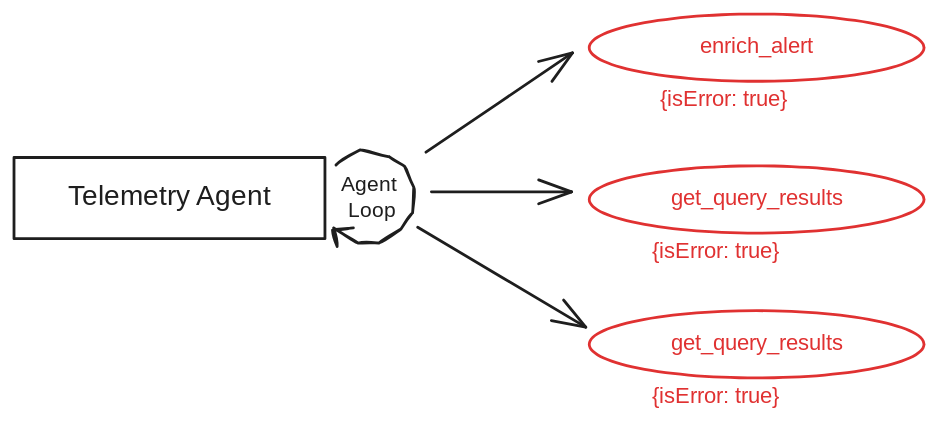
The Excalidraw diagram src/assets/figures/700-agent/770-before-enrich-alert-tool.excalidraw.svg in oiva-app/oiva-app.github.io, before a commit. Source tidied: one line per element, renumbered; positions are measured from the earlier drawing's top-left corner, leaving out a move shared by most shapes.
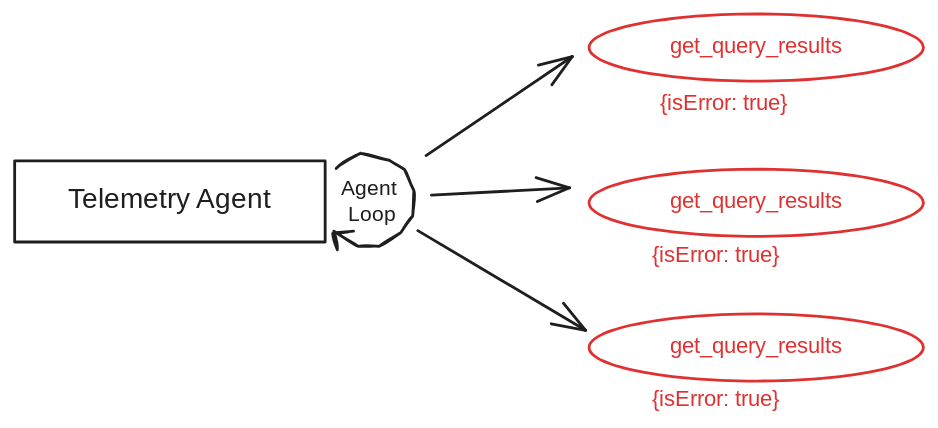
The same file after the commit.

Change to the diagram source:
```diff
@@ -2,15 +2,15 @@
 {"id": 1, "type": "text", "text": "Telemetry Agent", "strokeColor": "#1e1e1e", "strokeWidth": 2, "roughness": 1, "fontSize": 20, "fontFamily": 8, "textAlign": "center", "verticalAlign": "middle", "inside": 0, "x": 29, "y": 119, "width": 165, "height": 25}
 {"id": 2, "type": "line", "strokeColor": "#1e1e1e", "strokeWidth": 2, "roughness": 1, "endArrowhead": "triangle", "x": 230, "y": 108, "width": 58, "height": 69, "points": [[0, 0], [17, -11], [38, -6], [49, 1], [56, 16], [55, 34], [46, 46], [31, 56], [16, 56], [-2, 45], [1, 58], [-2, 47], [12, 45]]}
 {"id": 3, "type": "text", "text": "Agent \nLoop", "strokeColor": "#1e1e1e", "strokeWidth": 2, "roughness": 1, "fontSize": 15, "fontFamily": 8, "textAlign": "center", "x": 231, "y": 113, "width": 50, "height": 38}
-{"id": 4, "type": "ellipse", "strokeColor": "#e03131", "strokeWidth": 2, "roughness": 0, "round": true, "x": 411, "y": 0, "width": 239, "height": 48}
-{"id": 5, "type": "text", "text": "enrich_alert", "strokeColor": "#e03131", "strokeWidth": 2, "roughness": 1, "fontSize": 16, "fontFamily": 8, "textAlign": "center", "verticalAlign": "middle", "inside": 4, "x": 477, "y": 14, "width": 106, "height": 20}
-{"id": 6, "type": "ellipse", "strokeColor": "#e03131", "strokeWidth": 2, "roughness": 0, "round": true, "x": 411, "y": 108, "width": 239, "height": 48}
-{"id": 7, "type": "text", "text": "get_query_results", "strokeColor": "#e03131", "strokeWidth": 2, "roughness": 1, "fontSize": 16, "fontFamily": 8, "textAlign": "center", "verticalAlign": "middle", "inside": 6, "x": 455, "y": 122, "width": 150, "height": 20}
+{"id": 16, "type": "ellipse", "strokeColor": "#e03131", "strokeWidth": 2, "roughness": 0, "round": true, "x": 411, "y": 108, "width": 239, "height": 48}
+{"id": 17, "type": "text", "text": "get_query_results", "strokeColor": "#e03131", "strokeWidth": 2, "roughness": 1, "fontSize": 16, "fontFamily": 8, "textAlign": "center", "verticalAlign": "middle", "inside": 16, "x": 455, "y": 122, "width": 150, "height": 20}
 {"id": 8, "type": "ellipse", "strokeColor": "#e03131", "strokeWidth": 2, "roughness": 0, "round": true, "x": 411, "y": 212, "width": 239, "height": 48}
 {"id": 9, "type": "text", "text": "get_query_results", "strokeColor": "#e03131", "strokeWidth": 2, "roughness": 1, "fontSize": 16, "fontFamily": 8, "textAlign": "center", "verticalAlign": "middle", "inside": 8, "x": 455, "y": 226, "width": 150, "height": 20}
-{"id": 10, "type": "arrow", "strokeColor": "#1e1e1e", "strokeWidth": 2, "roughness": 0, "endArrowhead": "arrow", "round": true, "from": 3, "to": 4, "x": 294, "y": 99, "width": 105, "height": 71, "points": [[0, 0], [105, -71]]}
+{"id": 10, "type": "arrow", "strokeColor": "#1e1e1e", "strokeWidth": 2, "roughness": 0, "endArrowhead": "arrow", "round": true, "from": 3, "x": 294, "y": 99, "width": 105, "height": 71, "points": [[0, 0], [105, -71]]}
-{"id": 11, "type": "arrow", "strokeColor": "#1e1e1e", "strokeWidth": 2, "roughness": 0, "endArrowhead": "arrow", "round": true, "to": 6, "x": 298, "y": 127, "width": 100, "height": 0, "points": [[0, 0], [100, 0]]}
+{"id": 11, "type": "arrow", "strokeColor": "#1e1e1e", "strokeWidth": 2, "roughness": 0, "endArrowhead": "arrow", "round": true, "to": 16, "x": 298, "y": 127, "width": 99, "height": 5, "points": [[0, 0], [99, -5]]}
 {"id": 12, "type": "arrow", "strokeColor": "#1e1e1e", "strokeWidth": 2, "roughness": 0, "endArrowhead": "arrow", "round": true, "from": 3, "to": 8, "x": 288, "y": 152, "width": 120, "height": 71, "points": [[0, 0], [120, 71]]}
 {"id": 13, "type": "text", "text": "{isError: true}", "strokeColor": "#e03131", "strokeWidth": 2, "roughness": 0, "fontSize": 16, "fontFamily": 8, "x": 461, "y": 52, "width": 132, "height": 20}
 {"id": 14, "type": "text", "text": "{isError: true}", "strokeColor": "#e03131", "strokeWidth": 2, "roughness": 0, "fontSize": 16, "fontFamily": 8, "x": 456, "y": 160, "width": 132, "height": 20}
 {"id": 15, "type": "text", "text": "{isError: true}", "strokeColor": "#e03131", "strokeWidth": 2, "roughness": 0, "fontSize": 16, "fontFamily": 8, "x": 456, "y": 263, "width": 132, "height": 20}
+{"id": 6, "type": "ellipse", "strokeColor": "#e03131", "strokeWidth": 2, "roughness": 0, "round": true, "x": 411, "y": -3, "width": 239, "height": 48}
+{"id": 7, "type": "text", "text": "get_query_results", "strokeColor": "#e03131", "strokeWidth": 2, "roughness": 1, "fontSize": 16, "fontFamily": 8, "textAlign": "center", "verticalAlign": "middle", "inside": 6, "x": 455, "y": 11, "width": 150, "height": 20}
```
